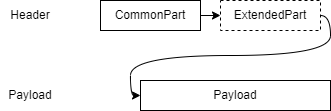
data-container-for-wearable-sensor/StartGuide keeps this draw.io diagram as docs/spec_guide/container_format.drawio.png. Above is the earlier version. Source tidied: cells renumbered, new cells last; positions are measured from the earlier drawing's top-left corner, leaving out a move shared by most shapes.
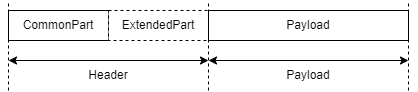
The same file after the commit.

Diff of the diagram source:
```diff
@@ -2,26 +2,50 @@
   <root>
     <mxCell id="0" />
     <mxCell id="1" parent="0" />
-    <mxCell id="2" style="edgeStyle=none;html=1;" parent="1" edge="1" source="3" target="5">
-      <mxGeometry relative="1" as="geometry" />
-    </mxCell>
     <mxCell id="3" value="CommonPart" style="whiteSpace=wrap;html=1;align=center;labelPosition=center;verticalLabelPosition=middle;verticalAlign=middle;" parent="1" vertex="1">
       <mxGeometry x="100" width="100" height="30" as="geometry" />
     </mxCell>
-    <mxCell id="4" style="edgeStyle=orthogonalEdgeStyle;html=1;entryX=0;entryY=0.5;entryDx=0;entryDy=0;exitX=1;exitY=0.5;exitDx=0;exitDy=0;curved=1;" parent="1" edge="1" source="5" target="6">
-      <mxGeometry relative="1" as="geometry" />
-    </mxCell>
     <mxCell id="5" value="ExtendedPart" style="whiteSpace=wrap;html=1;align=center;labelPosition=center;verticalLabelPosition=middle;verticalAlign=middle;dashed=1;" parent="1" vertex="1">
-      <mxGeometry x="220" width="100" height="30" as="geometry" />
+      <mxGeometry x="200" width="100" height="30" as="geometry" />
     </mxCell>
     <mxCell id="6" value="Payload" style="whiteSpace=wrap;html=1;align=center;labelPosition=center;verticalLabelPosition=middle;verticalAlign=middle;" parent="1" vertex="1">
-      <mxGeometry x="140" y="80" width="190" height="30" as="geometry" />
+      <mxGeometry x="300" width="200" height="30" as="geometry" />
     </mxCell>
     <mxCell id="7" value="Header" style="text;html=1;strokeColor=none;fillColor=none;align=center;verticalAlign=middle;whiteSpace=wrap;rounded=0;dashed=1;" parent="1" vertex="1">
-      <mxGeometry width="60" height="30" as="geometry" />
+      <mxGeometry x="170" y="50" width="60" height="30" as="geometry" />
     </mxCell>
     <mxCell id="8" value="Payload" style="text;html=1;strokeColor=none;fillColor=none;align=center;verticalAlign=middle;whiteSpace=wrap;rounded=0;dashed=1;" parent="1" vertex="1">
-      <mxGeometry y="80" width="60" height="30" as="geometry" />
+      <mxGeometry x="370" y="50" width="60" height="30" as="geometry" />
     </mxCell>
+    <mxCell id="9" style="endArrow=classic;startArrow=classic;html=1;" parent="1" edge="1">
+      <mxGeometry relative="1" as="geometry">
+        <mxPoint x="100" y="50" as="sourcePoint" />
+        <mxPoint x="300" y="50" as="targetPoint" />
+      </mxGeometry>
+    </mxCell>
+    <mxCell id="10" style="endArrow=classic;startArrow=classic;html=1;" parent="1" edge="1">
+      <mxGeometry relative="1" as="geometry">
+        <mxPoint x="300" y="50" as="sourcePoint" />
+        <mxPoint x="500" y="50" as="targetPoint" />
+      </mxGeometry>
+    </mxCell>
+    <mxCell id="11" style="endArrow=none;dashed=1;html=1;" parent="1" edge="1">
+      <mxGeometry relative="1" as="geometry">
+        <mxPoint x="300" y="80" as="sourcePoint" />
+        <mxPoint x="300" y="-10" as="targetPoint" />
+      </mxGeometry>
+    </mxCell>
+    <mxCell id="12" style="endArrow=none;dashed=1;html=1;" parent="1" edge="1">
+      <mxGeometry relative="1" as="geometry">
+        <mxPoint x="100" y="80" as="sourcePoint" />
+        <mxPoint x="100" y="-10" as="targetPoint" />
+      </mxGeometry>
+    </mxCell>
+    <mxCell id="13" style="endArrow=none;dashed=1;html=1;" parent="1" edge="1">
+      <mxGeometry relative="1" as="geometry">
+        <mxPoint x="500" y="80" as="sourcePoint" />
+        <mxPoint x="500" y="-10" as="targetPoint" />
+      </mxGeometry>
+    </mxCell>
   </root>
 </mxGraphModel>
```
